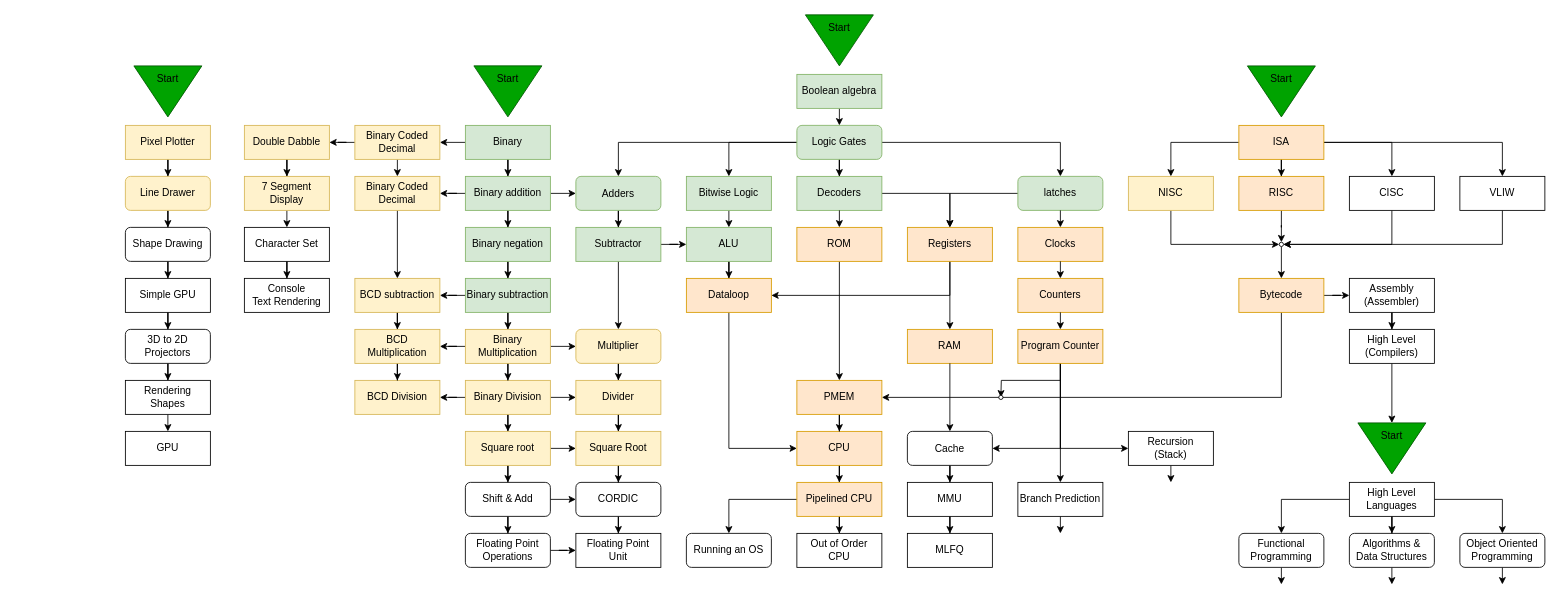
Kuggo/UnivOREsity keeps this draw.io diagram as page "Knowledge Map" (1 of 5) of Lesson Diagram.drawio. Above is the earlier version. Source tidied: cells renumbered, new cells numbered last; positions are measured from the earlier drawing's top-left corner, leaving out a move shared by most shapes. Both pictures are drawn from the tidied source at 85%, with x=0, y=0 at pixel (125, 6).
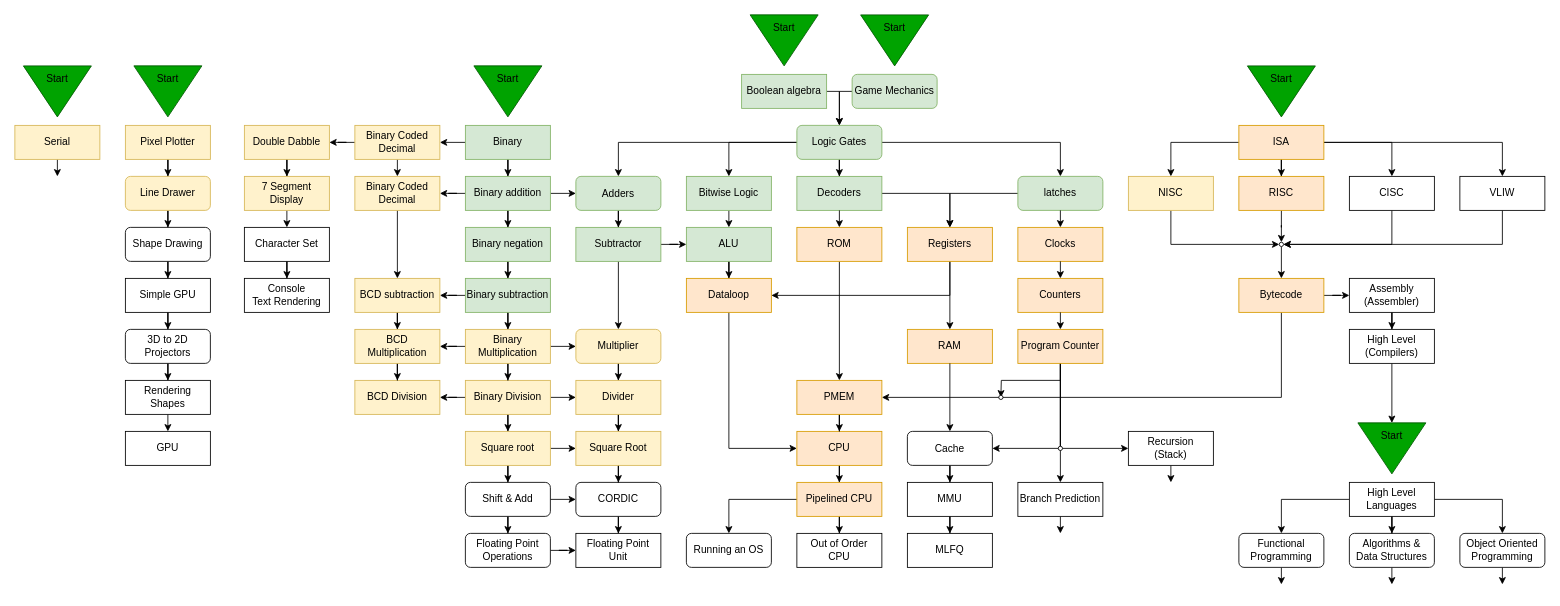
The same diagram, later.

Commit message (it also covers changes not shown here):
Added Serial Paralel Tree.  Added a Game mechanic sub tree

The change refers to these unchanged cells:
```xml
<mxCell id="17" value="Logic Gates" style="rounded=1;whiteSpace=wrap;html=1;fillColor=#d5e8d4;strokeColor=#82b366;" parent="1" vertex="1">
  <mxGeometry x="790" y="140" width="100" height="40" as="geometry" />
</mxCell>
<mxCell id="38" value="Program Counter" style="rounded=0;whiteSpace=wrap;html=1;fillColor=#ffe6cc;strokeColor=#d79b00;" parent="1" vertex="1">
  <mxGeometry x="1050" y="380" width="100" height="40" as="geometry" />
</mxCell>
<mxCell id="49" value="&lt;font style=&quot;font-size: 12px;&quot;&gt;Cache&lt;/font&gt;" style="rounded=1;whiteSpace=wrap;html=1;fontSize=14;" parent="1" vertex="1">
  <mxGeometry x="920" y="500" width="100" height="40" as="geometry" />
</mxCell>
<mxCell id="153" value="Recursion&lt;br&gt;(Stack)" style="rounded=0;whiteSpace=wrap;html=1;" parent="1" vertex="1">
  <mxGeometry x="1180" y="500" width="100" height="40" as="geometry" />
</mxCell>
```

Change to the diagram source:
```diff
@@
     <mxCell id="11" style="triangle;whiteSpace=wrap;html=1;rotation=90;fillColor=#00A300;strokeColor=#005700;fontColor=#ffffff;" parent="1" vertex="1">
-      <mxGeometry x="810" width="60" height="80" as="geometry" />
+      <mxGeometry x="745" width="60" height="80" as="geometry" />
     </mxCell>
     <mxCell id="12" value="Start" style="text;html=1;strokeColor=none;fillColor=none;align=center;verticalAlign=middle;whiteSpace=wrap;rounded=0;" parent="1" vertex="1">
-      <mxGeometry x="810" y="10" width="60" height="30" as="geometry" />
+      <mxGeometry x="745" y="10" width="60" height="30" as="geometry" />
     </mxCell>
@@
-    <mxCell id="28" style="edgeStyle=orthogonalEdgeStyle;rounded=0;jettySize=auto;html=1;exitX=0.5;exitY=1;exitDx=0;exitDy=0;entryX=0.5;entryY=0;entryDx=0;entryDy=0;" parent="1" edge="1" source="29" target="17">
-      <mxGeometry relative="1" as="geometry" />
+    <mxCell id="28" style="edgeStyle=orthogonalEdgeStyle;rounded=0;jettySize=auto;html=1;entryX=0.5;entryY=0;entryDx=0;entryDy=0;exitX=1;exitY=0.5;exitDx=0;exitDy=0;" parent="1" edge="1" source="29" target="17">
+      <mxGeometry relative="1" as="geometry">
+        <Array as="points">
+          <mxPoint x="840" y="100" />
+        </Array>
+      </mxGeometry>
     </mxCell>
     <mxCell id="29" value="Boolean algebra" style="rounded=0;whiteSpace=wrap;html=1;fillColor=#d5e8d4;strokeColor=#82b366;" parent="1" vertex="1">
-      <mxGeometry x="790" y="80" width="100" height="40" as="geometry" />
+      <mxGeometry x="725" y="80" width="100" height="40" as="geometry" />
     </mxCell>
@@
-    <mxCell id="34" style="edgeStyle=orthogonalEdgeStyle;rounded=0;jettySize=auto;html=1;entryX=1;entryY=0.5;entryDx=0;entryDy=0;fontSize=12;exitX=0.5;exitY=1;exitDx=0;exitDy=0;" parent="1" edge="1" source="38" target="49">
-      <mxGeometry relative="1" as="geometry" />
-    </mxCell>
@@
-    <mxCell id="37" style="edgeStyle=orthogonalEdgeStyle;rounded=0;jettySize=auto;html=1;exitX=0.5;exitY=1;exitDx=0;exitDy=0;entryX=0;entryY=0.5;entryDx=0;entryDy=0;" parent="1" edge="1" source="38" target="153">
-      <mxGeometry relative="1" as="geometry" />
+    <mxCell id="37" style="edgeStyle=orthogonalEdgeStyle;rounded=0;jettySize=auto;html=1;entryX=0;entryY=0.5;entryDx=0;entryDy=0;" parent="1" edge="1" source="38" target="153">
+      <mxGeometry relative="1" as="geometry">
+        <Array as="points">
+          <mxPoint x="1100" y="520" />
+        </Array>
+      </mxGeometry>
     </mxCell>
+    <mxCell id="34" style="edgeStyle=orthogonalEdgeStyle;rounded=0;jettySize=auto;html=1;entryX=1;entryY=0.5;entryDx=0;entryDy=0;" parent="1" edge="1" source="38" target="49">
+      <mxGeometry relative="1" as="geometry">
+        <Array as="points">
+          <mxPoint x="1100" y="520" />
+        </Array>
+      </mxGeometry>
+    </mxCell>
@@
+    <mxCell id="171" style="triangle;whiteSpace=wrap;html=1;rotation=90;fillColor=#00A300;strokeColor=#005700;fontColor=#ffffff;" parent="1" vertex="1">
+      <mxGeometry x="875" width="60" height="80" as="geometry" />
+    </mxCell>
+    <mxCell id="172" value="Start" style="text;html=1;strokeColor=none;fillColor=none;align=center;verticalAlign=middle;whiteSpace=wrap;rounded=0;" parent="1" vertex="1">
+      <mxGeometry x="875" y="10" width="60" height="30" as="geometry" />
+    </mxCell>
+    <mxCell id="173" style="edgeStyle=orthogonalEdgeStyle;rounded=0;jettySize=auto;html=1;" parent="1" edge="1" source="174">
+      <mxGeometry relative="1" as="geometry">
+        <mxPoint x="840" y="140" as="targetPoint" />
+        <Array as="points">
+          <mxPoint x="840" y="100" />
+        </Array>
+      </mxGeometry>
+    </mxCell>
+    <mxCell id="174" value="Game Mechanics" style="rounded=1;whiteSpace=wrap;html=1;fillColor=#d5e8d4;strokeColor=#82b366;" parent="1" vertex="1">
+      <mxGeometry x="855" y="80" width="100" height="40" as="geometry" />
+    </mxCell>
+    <mxCell id="175" style="edgeStyle=orthogonalEdgeStyle;rounded=0;jettySize=auto;html=1;" parent="1" edge="1" source="176">
+      <mxGeometry relative="1" as="geometry">
+        <mxPoint x="-80" y="200" as="targetPoint" />
+      </mxGeometry>
+    </mxCell>
+    <mxCell id="176" value="Serial" style="rounded=0;whiteSpace=wrap;html=1;fillColor=#fff2cc;strokeColor=#d6b656;" parent="1" vertex="1">
+      <mxGeometry x="-130" y="140" width="100" height="40" as="geometry" />
+    </mxCell>
+    <mxCell id="177" style="triangle;whiteSpace=wrap;html=1;rotation=90;fillColor=#00A300;strokeColor=#005700;fontColor=#ffffff;" parent="1" vertex="1">
+      <mxGeometry x="-110" y="60" width="60" height="80" as="geometry" />
+    </mxCell>
+    <mxCell id="178" value="Start" style="text;html=1;strokeColor=none;fillColor=none;align=center;verticalAlign=middle;whiteSpace=wrap;rounded=0;" parent="1" vertex="1">
+      <mxGeometry x="-110" y="70" width="60" height="30" as="geometry" />
+    </mxCell>
+    <mxCell id="179" style="ellipse;whiteSpace=wrap;html=1;rounded=1;fontSize=12;" parent="1" vertex="1">
+      <mxGeometry x="1097.5" y="517.5" width="5" height="5" as="geometry" />
+    </mxCell>
```
